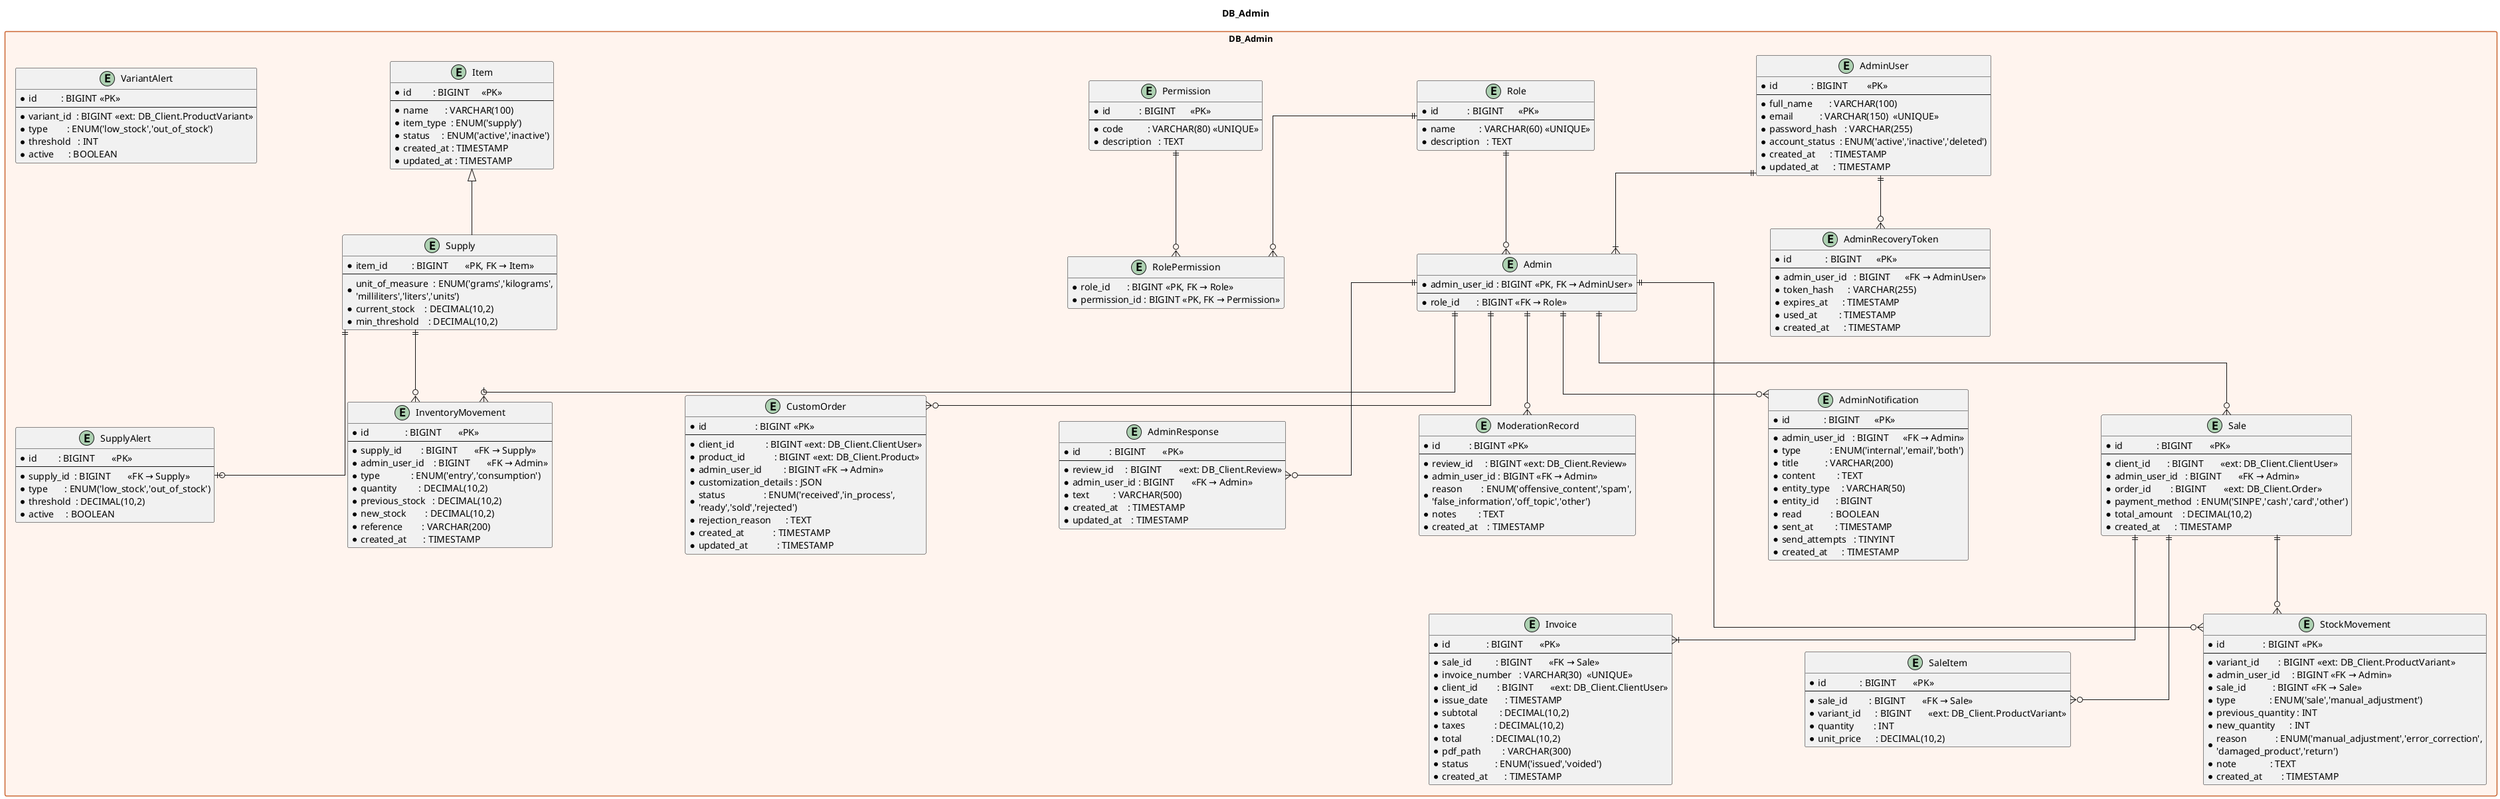
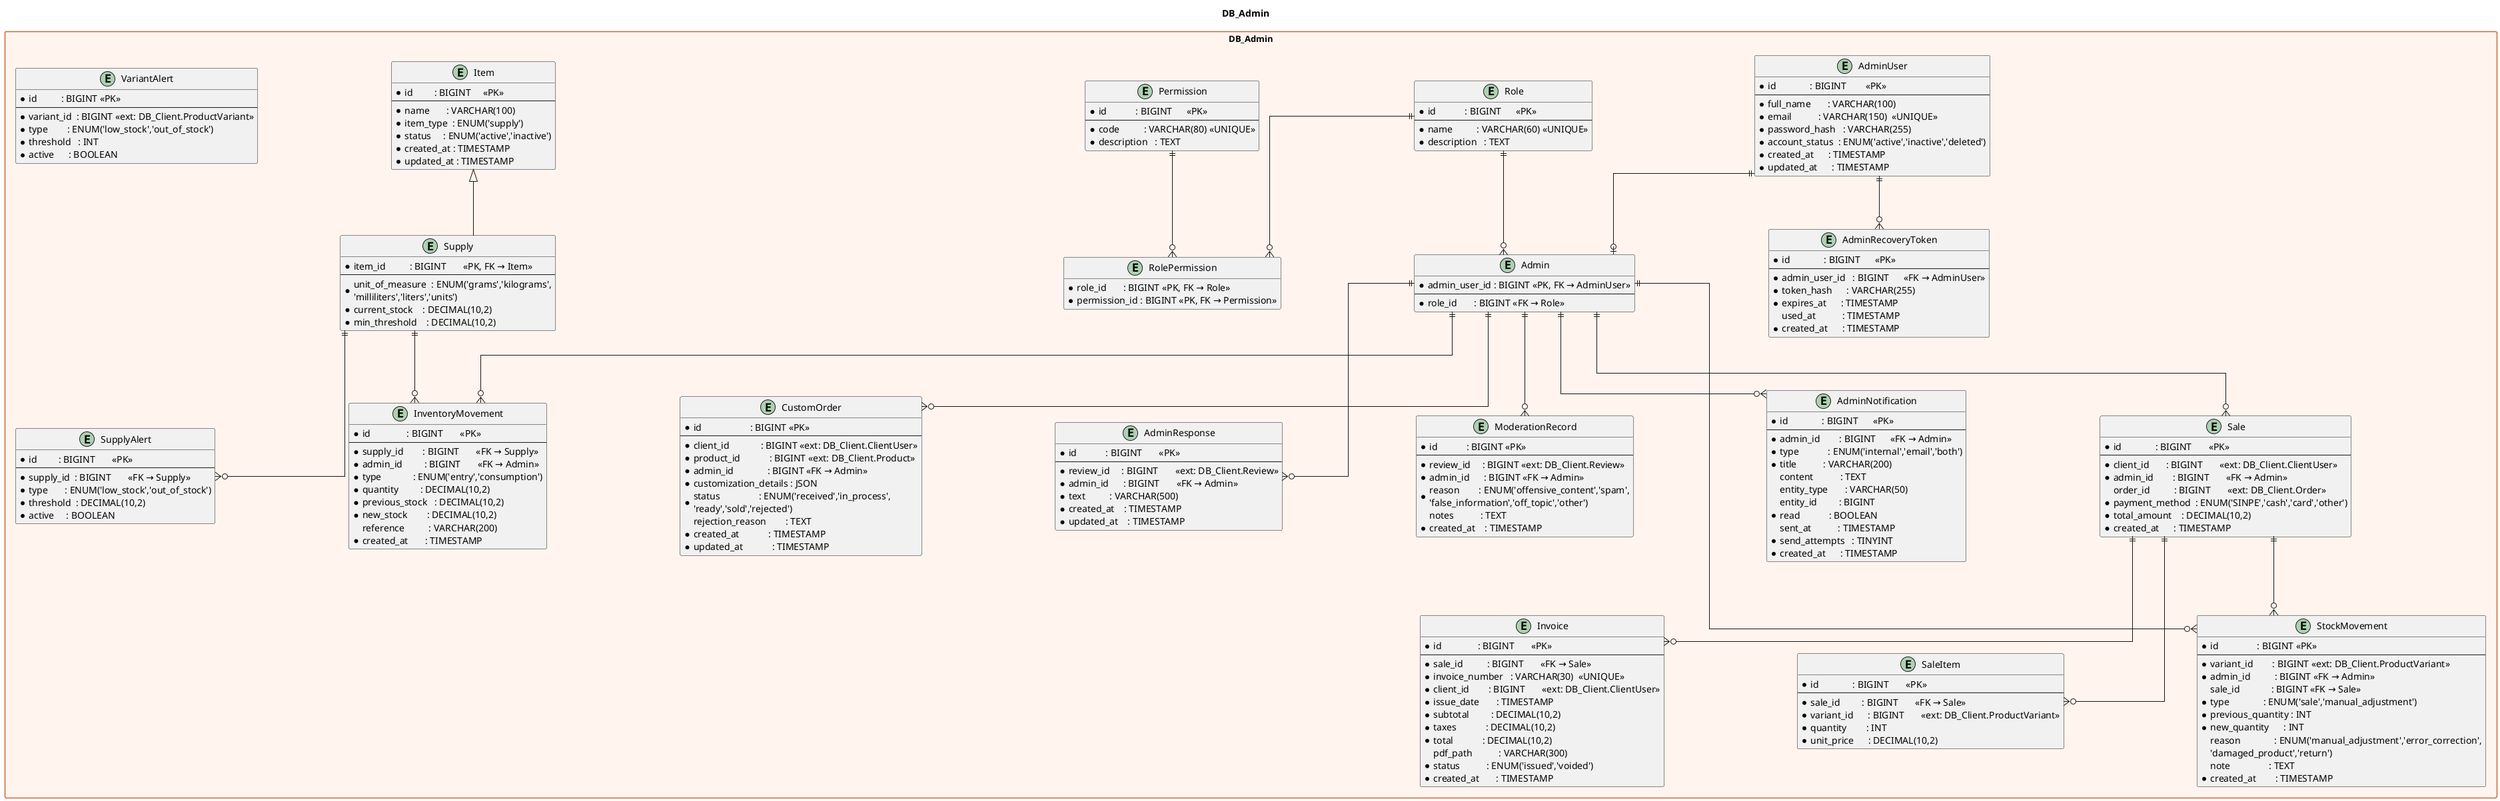
@startuml
title DB_Admin
skinparam linetype ortho
skinparam packageStyle rectangle
skinparam nodesep 200
skinparam ranksep 80
skinparam entity {
  BackgroundColor #FAFAFA
  BorderColor     #555555
  FontSize        12
}
skinparam package {
  BackgroundColor #FFF4EE
  BorderColor     #CC6633
  FontSize        13
}
hide empty methods

package "DB_Admin" as db_admin #FFF4EE {

  entity "AdminUser" as admin_user {
    * id              : BIGINT        <<PK>>
    --
    * full_name       : VARCHAR(100)
    * email           : VARCHAR(150)  <<UNIQUE>>
    * password_hash   : VARCHAR(255)
    * account_status  : ENUM('active','inactive','deleted')
    * created_at      : TIMESTAMP
    * updated_at      : TIMESTAMP
  }

  entity "AdminRecoveryToken" as admin_rec_token {
    * id              : BIGINT      <<PK>>
    --
    * admin_user_id   : BIGINT      <<FK → AdminUser>>
    * token_hash      : VARCHAR(255)
    * expires_at      : TIMESTAMP
-     * used_at         : TIMESTAMP
+     used_at           : TIMESTAMP
    * created_at      : TIMESTAMP
  }

  entity "Role" as role {
    * id            : BIGINT      <<PK>>
    --
    * name          : VARCHAR(60) <<UNIQUE>>
    * description   : TEXT
  }

  entity "Permission" as permission {
    * id            : BIGINT      <<PK>>
    --
    * code          : VARCHAR(80) <<UNIQUE>>
    * description   : TEXT
  }

  entity "RolePermission" as role_permission {
    * role_id       : BIGINT <<PK, FK → Role>>
    * permission_id : BIGINT <<PK, FK → Permission>>
  }

  entity "Admin" as admin {
    * admin_user_id : BIGINT <<PK, FK → AdminUser>>
    --
    * role_id       : BIGINT <<FK → Role>>
  }

  entity "Item" as item_a {
    * id         : BIGINT     <<PK>>
    --
    * name       : VARCHAR(100)
    * item_type  : ENUM('supply')
    * status     : ENUM('active','inactive')
    * created_at : TIMESTAMP
    * updated_at : TIMESTAMP
  }

  entity "Supply" as supply {
    * item_id          : BIGINT       <<PK, FK → Item>>
    --
    * unit_of_measure  : ENUM('grams','kilograms',\n'milliliters','liters','units')
    * current_stock    : DECIMAL(10,2)
    * min_threshold    : DECIMAL(10,2)
  }

  entity "InventoryMovement" as inv_movement {
    * id               : BIGINT       <<PK>>
    --
    * supply_id        : BIGINT       <<FK → Supply>>
-     * admin_user_id    : BIGINT       <<FK → Admin>>
+     * admin_id         : BIGINT       <<FK → Admin>>
    * type             : ENUM('entry','consumption')
    * quantity         : DECIMAL(10,2)
    * previous_stock   : DECIMAL(10,2)
    * new_stock        : DECIMAL(10,2)
-     * reference        : VARCHAR(200)
+     reference          : VARCHAR(200)
    * created_at       : TIMESTAMP
  }

  entity "SupplyAlert" as supply_alert {
    * id         : BIGINT       <<PK>>
    --
    * supply_id  : BIGINT       <<FK → Supply>>
    * type       : ENUM('low_stock','out_of_stock')
    * threshold  : DECIMAL(10,2)
    * active     : BOOLEAN
  }

  entity "Sale" as sale {
    * id              : BIGINT       <<PK>>
    --
    * client_id       : BIGINT       <<ext: DB_Client.ClientUser>>
-     * admin_user_id   : BIGINT       <<FK → Admin>>
-     * order_id        : BIGINT       <<ext: DB_Client.Order>>
+     * admin_id        : BIGINT       <<FK → Admin>>
+     order_id          : BIGINT       <<ext: DB_Client.Order>>
    * payment_method  : ENUM('SINPE','cash','card','other')
    * total_amount    : DECIMAL(10,2)
    * created_at      : TIMESTAMP
  }

  entity "SaleItem" as sale_item {
    * id              : BIGINT       <<PK>>
    --
    * sale_id         : BIGINT       <<FK → Sale>>
    * variant_id      : BIGINT       <<ext: DB_Client.ProductVariant>>
    * quantity        : INT
    * unit_price      : DECIMAL(10,2)
  }

  entity "Invoice" as invoice {
    * id               : BIGINT       <<PK>>
    --
    * sale_id          : BIGINT       <<FK → Sale>>
    * invoice_number   : VARCHAR(30)  <<UNIQUE>>
    * client_id        : BIGINT       <<ext: DB_Client.ClientUser>>
    * issue_date       : TIMESTAMP
    * subtotal         : DECIMAL(10,2)
    * taxes            : DECIMAL(10,2)
    * total            : DECIMAL(10,2)
-     * pdf_path         : VARCHAR(300)
+     pdf_path           : VARCHAR(300)
    * status           : ENUM('issued','voided')
    * created_at       : TIMESTAMP
  }

  entity "StockMovement" as stock_movement {
    * id                : BIGINT <<PK>>
    --
    * variant_id        : BIGINT <<ext: DB_Client.ProductVariant>>
-     * admin_user_id     : BIGINT <<FK → Admin>>
-     * sale_id           : BIGINT <<FK → Sale>>
+     * admin_id          : BIGINT <<FK → Admin>>
+     sale_id             : BIGINT <<FK → Sale>>
    * type              : ENUM('sale','manual_adjustment')
    * previous_quantity : INT
    * new_quantity      : INT
-     * reason            : ENUM('manual_adjustment','error_correction',\n'damaged_product','return')
-     * note              : TEXT
+     reason              : ENUM('manual_adjustment','error_correction',\n'damaged_product','return')
+     note                : TEXT
    * created_at        : TIMESTAMP
  }

  entity "VariantAlert" as variant_alert {
    * id          : BIGINT <<PK>>
    --
    * variant_id  : BIGINT <<ext: DB_Client.ProductVariant>>
    * type        : ENUM('low_stock','out_of_stock')
    * threshold   : INT
    * active      : BOOLEAN
  }

  entity "CustomOrder" as custom_order {
    * id                    : BIGINT <<PK>>
    --
    * client_id             : BIGINT <<ext: DB_Client.ClientUser>>
    * product_id            : BIGINT <<ext: DB_Client.Product>>
-     * admin_user_id         : BIGINT <<FK → Admin>>
+     * admin_id              : BIGINT <<FK → Admin>>
    * customization_details : JSON
    * status                : ENUM('received','in_process',\n'ready','sold','rejected')
-     * rejection_reason      : TEXT
+     rejection_reason        : TEXT
    * created_at            : TIMESTAMP
    * updated_at            : TIMESTAMP
  }

  entity "AdminResponse" as admin_response {
    * id            : BIGINT       <<PK>>
    --
    * review_id     : BIGINT       <<ext: DB_Client.Review>>
-     * admin_user_id : BIGINT       <<FK → Admin>>
+     * admin_id      : BIGINT       <<FK → Admin>>
    * text          : VARCHAR(500)
    * created_at    : TIMESTAMP
    * updated_at    : TIMESTAMP
  }

  entity "ModerationRecord" as mod_record {
    * id            : BIGINT <<PK>>
    --
    * review_id     : BIGINT <<ext: DB_Client.Review>>
-     * admin_user_id : BIGINT <<FK → Admin>>
+     * admin_id      : BIGINT <<FK → Admin>>
    * reason        : ENUM('offensive_content','spam',\n'false_information','off_topic','other')
-     * notes         : TEXT
+     notes           : TEXT
    * created_at    : TIMESTAMP
  }

  entity "AdminNotification" as admin_notif {
    * id              : BIGINT      <<PK>>
    --
-     * admin_user_id   : BIGINT      <<FK → Admin>>
+     * admin_id        : BIGINT      <<FK → Admin>>
    * type            : ENUM('internal','email','both')
    * title           : VARCHAR(200)
-     * content         : TEXT
-     * entity_type     : VARCHAR(50)
-     * entity_id       : BIGINT
+     content           : TEXT
+     entity_type       : VARCHAR(50)
+     entity_id         : BIGINT
    * read            : BOOLEAN
-     * sent_at         : TIMESTAMP
+     sent_at           : TIMESTAMP
    * send_attempts   : TINYINT
    * created_at      : TIMESTAMP
  }

-   admin_user   ||--|{ admin
+   admin_user   ||--o| admin
  admin_user   ||--o{ admin_rec_token
  role         ||--o{ role_permission
  permission   ||--o{ role_permission
  role         ||--o{ admin

  item_a       <|-- supply
  supply       ||--o{ inv_movement
-   supply       ||--o| supply_alert
+   supply       ||--o{ supply_alert
  admin        ||--o{ inv_movement

  admin        ||--o{ sale
  admin        ||--o{ stock_movement
  admin        ||--o{ custom_order
  admin        ||--o{ admin_response
  admin        ||--o{ mod_record
  admin        ||--o{ admin_notif

  sale         ||--o{ sale_item
-   sale         ||--|{ invoice
+   sale         ||--o{ invoice
  sale         ||--o{ stock_movement
}
@enduml